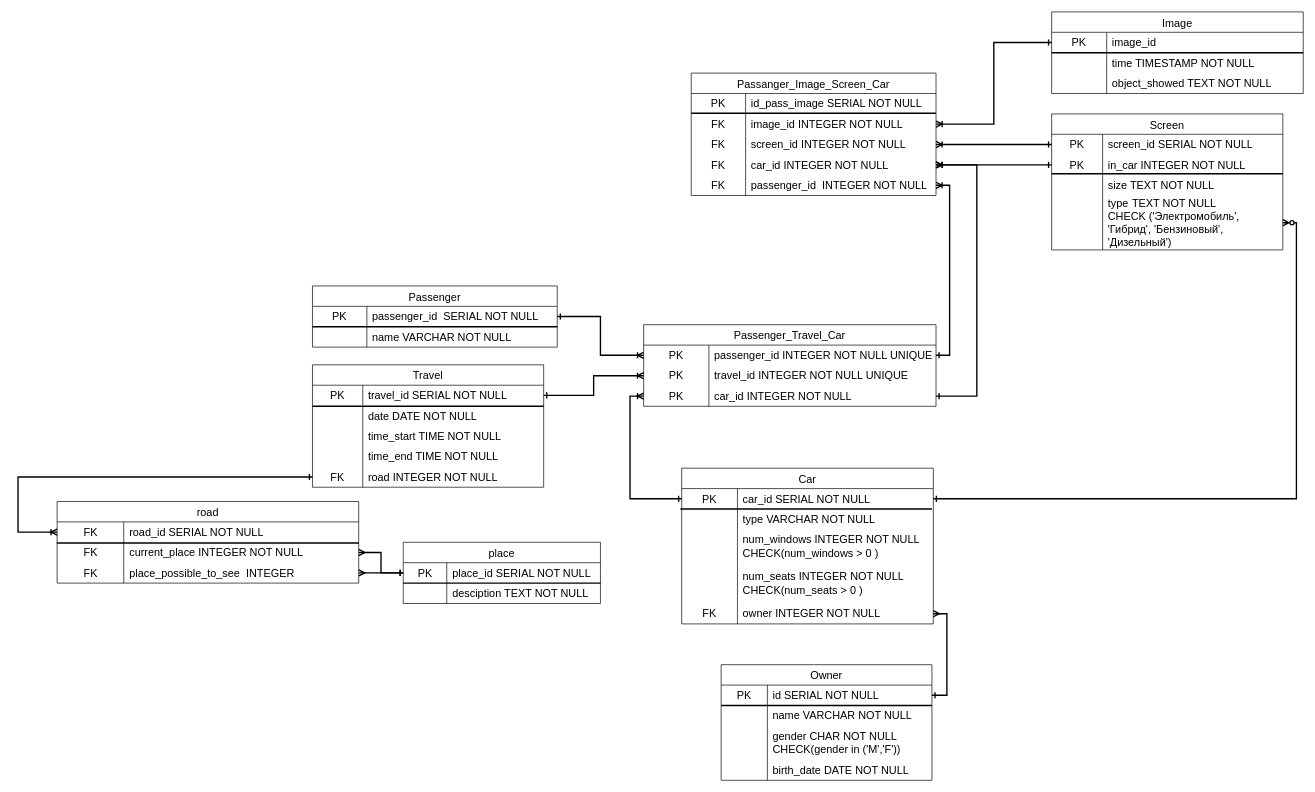
Above: Untitled Diagram.drawio in J-RAY3E/UNI (draw.io), before the change. Source tidied: cells renumbered, new cells numbered last; positions are measured from the earlier drawing's top-left corner, leaving out a move shared by most shapes. Both pictures are drawn from the tidied source at 68%, with x=0, y=0 at pixel (18, 12).
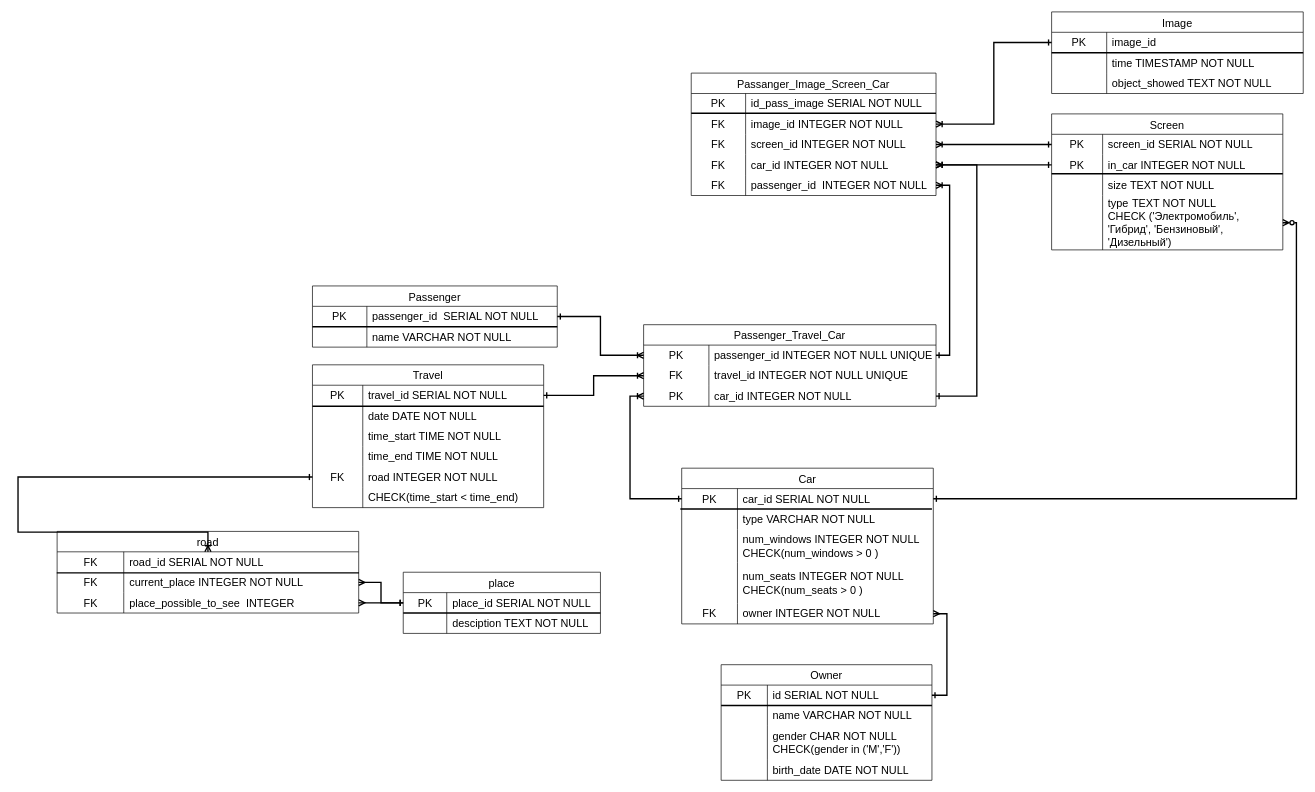
The same diagram, later.

Unchanged cells that the change refers to:
```xml
<mxCell id="128" style="shape=tableRow;horizontal=0;startSize=0;swimlaneHead=0;swimlaneBody=0;top=0;left=0;bottom=0;right=0;fillColor=none;points=[[0,0.5],[1,0.5]];portConstraint=eastwest;strokeColor=inherit;fontSize=16;" parent="124" vertex="1">
  <mxGeometry y="60" width="430" height="30" as="geometry" />
</mxCell>
```

Change to the diagram source:
```diff
@@
     <mxCell id="33" value="Travel" style="shape=table;startSize=30;childLayout=tableLayout;rowLines=0;fontStyle=0;strokeColor=default;fontSize=16;" parent="1" vertex="1">
-      <mxGeometry x="433" y="519" width="340" height="180" as="geometry" />
+      <mxGeometry x="433" y="519" width="340" height="210" as="geometry" />
     </mxCell>
@@
+    <mxCell id="143" style="shape=tableRow;horizontal=0;startSize=0;swimlaneHead=0;swimlaneBody=0;top=0;left=0;bottom=0;right=0;fillColor=none;strokeColor=inherit;fontSize=16;" parent="33" vertex="1">
+      <mxGeometry y="180" width="340" height="30" as="geometry" />
+    </mxCell>
+    <mxCell id="144" style="shape=partialRectangle;html=1;whiteSpace=wrap;fillColor=none;top=0;left=0;bottom=0;right=0;overflow=hidden;strokeColor=inherit;fontSize=16;" parent="143" vertex="1">
+      <mxGeometry width="74" height="30" as="geometry" />
+    </mxCell>
+    <mxCell id="145" value="CHECK(time_start &amp;lt; time_end)" style="shape=partialRectangle;html=1;whiteSpace=wrap;fillColor=none;top=0;left=0;bottom=0;right=0;align=left;spacingLeft=6;overflow=hidden;strokeColor=inherit;fontSize=16;" parent="143" vertex="1">
+      <mxGeometry x="74" width="266" height="30" as="geometry" />
+    </mxCell>
@@
     <mxCell id="82" value="place" style="shape=table;startSize=30;childLayout=tableLayout;rowLines=0;fontStyle=0;strokeColor=default;fontSize=16;" parent="1" vertex="1">
-      <mxGeometry x="566.5" y="780" width="290" height="90" as="geometry" />
+      <mxGeometry x="566.5" y="824" width="290" height="90" as="geometry" />
     </mxCell>
@@
     <mxCell id="89" style="line;strokeWidth=2;html=1;" parent="1" vertex="1">
-      <mxGeometry x="566.5" y="835" width="290" height="10" as="geometry" />
+      <mxGeometry x="566.5" y="879" width="290" height="10" as="geometry" />
     </mxCell>
@@
     <mxCell id="94" value="road" style="shape=table;startSize=30;childLayout=tableLayout;rowLines=0;fontStyle=0;strokeColor=default;fontSize=16;" parent="1" vertex="1">
-      <mxGeometry x="57.5" y="720" width="443.5" height="120" as="geometry" />
+      <mxGeometry x="57.5" y="764" width="443.5" height="120" as="geometry" />
     </mxCell>
@@
     <mxCell id="104" style="line;strokeWidth=2;html=1;" parent="1" vertex="1">
-      <mxGeometry x="57" y="776" width="444.5" height="10" as="geometry" />
+      <mxGeometry x="57" y="820" width="444.5" height="10" as="geometry" />
     </mxCell>
@@
-    <mxCell id="129" value="PK" style="shape=partialRectangle;html=1;whiteSpace=wrap;fillColor=none;top=0;left=0;bottom=0;right=0;overflow=hidden;strokeColor=inherit;fontSize=16;" parent="128" vertex="1">
+    <mxCell id="129" value="FK" style="shape=partialRectangle;html=1;whiteSpace=wrap;fillColor=none;top=0;left=0;bottom=0;right=0;overflow=hidden;strokeColor=inherit;fontSize=16;" parent="128" vertex="1">
       <mxGeometry width="96" height="30" as="geometry" />
     </mxCell>
```
